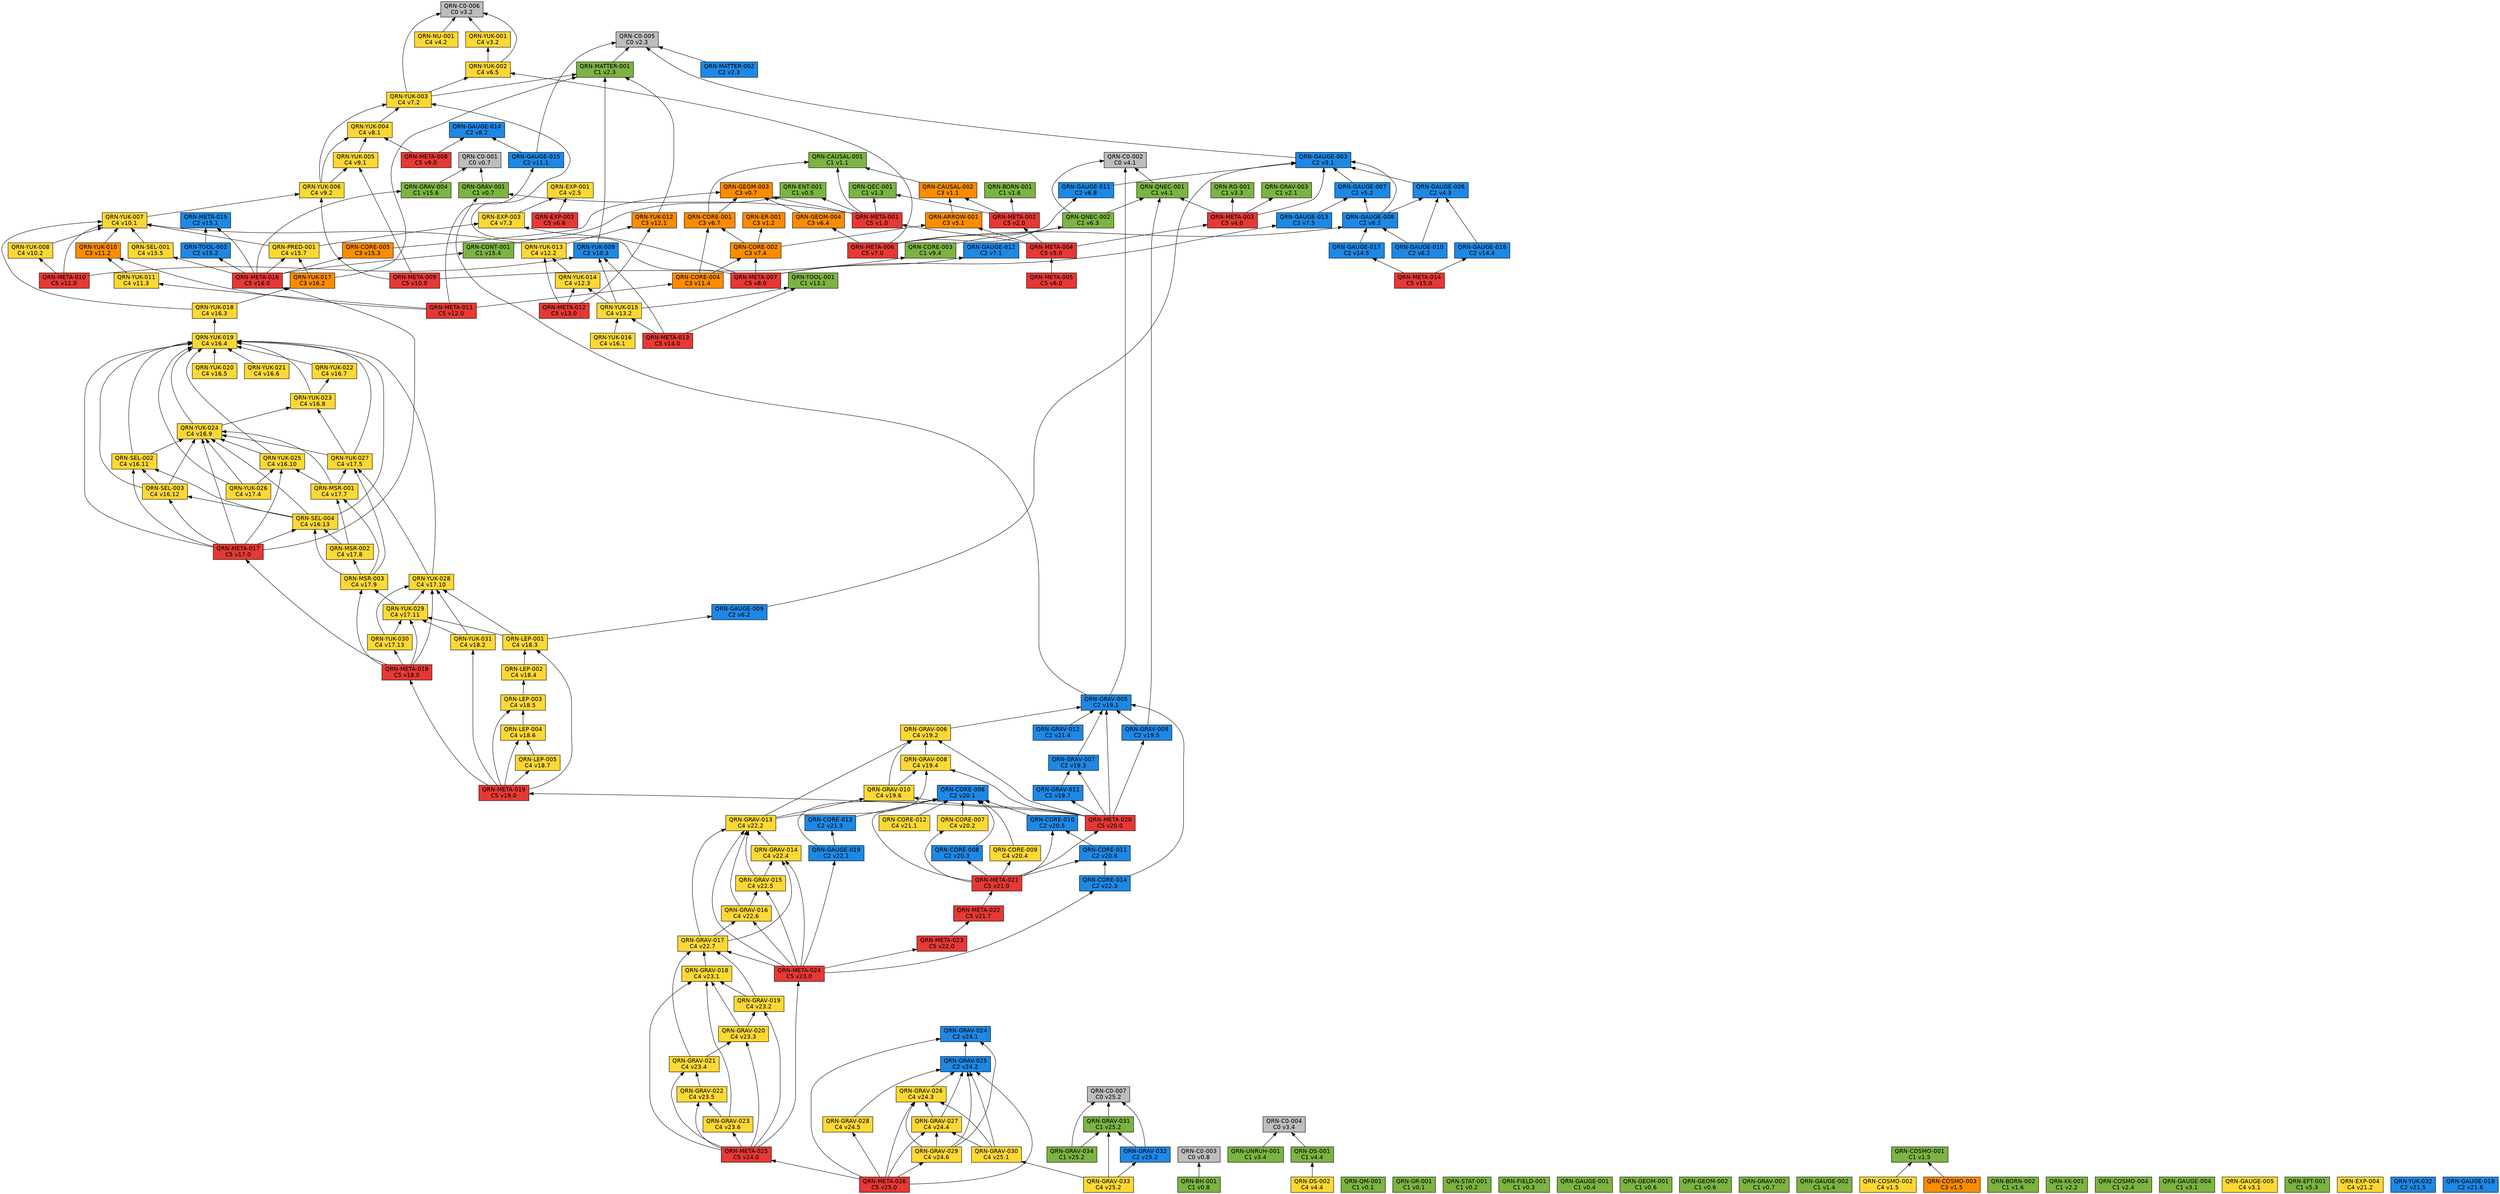
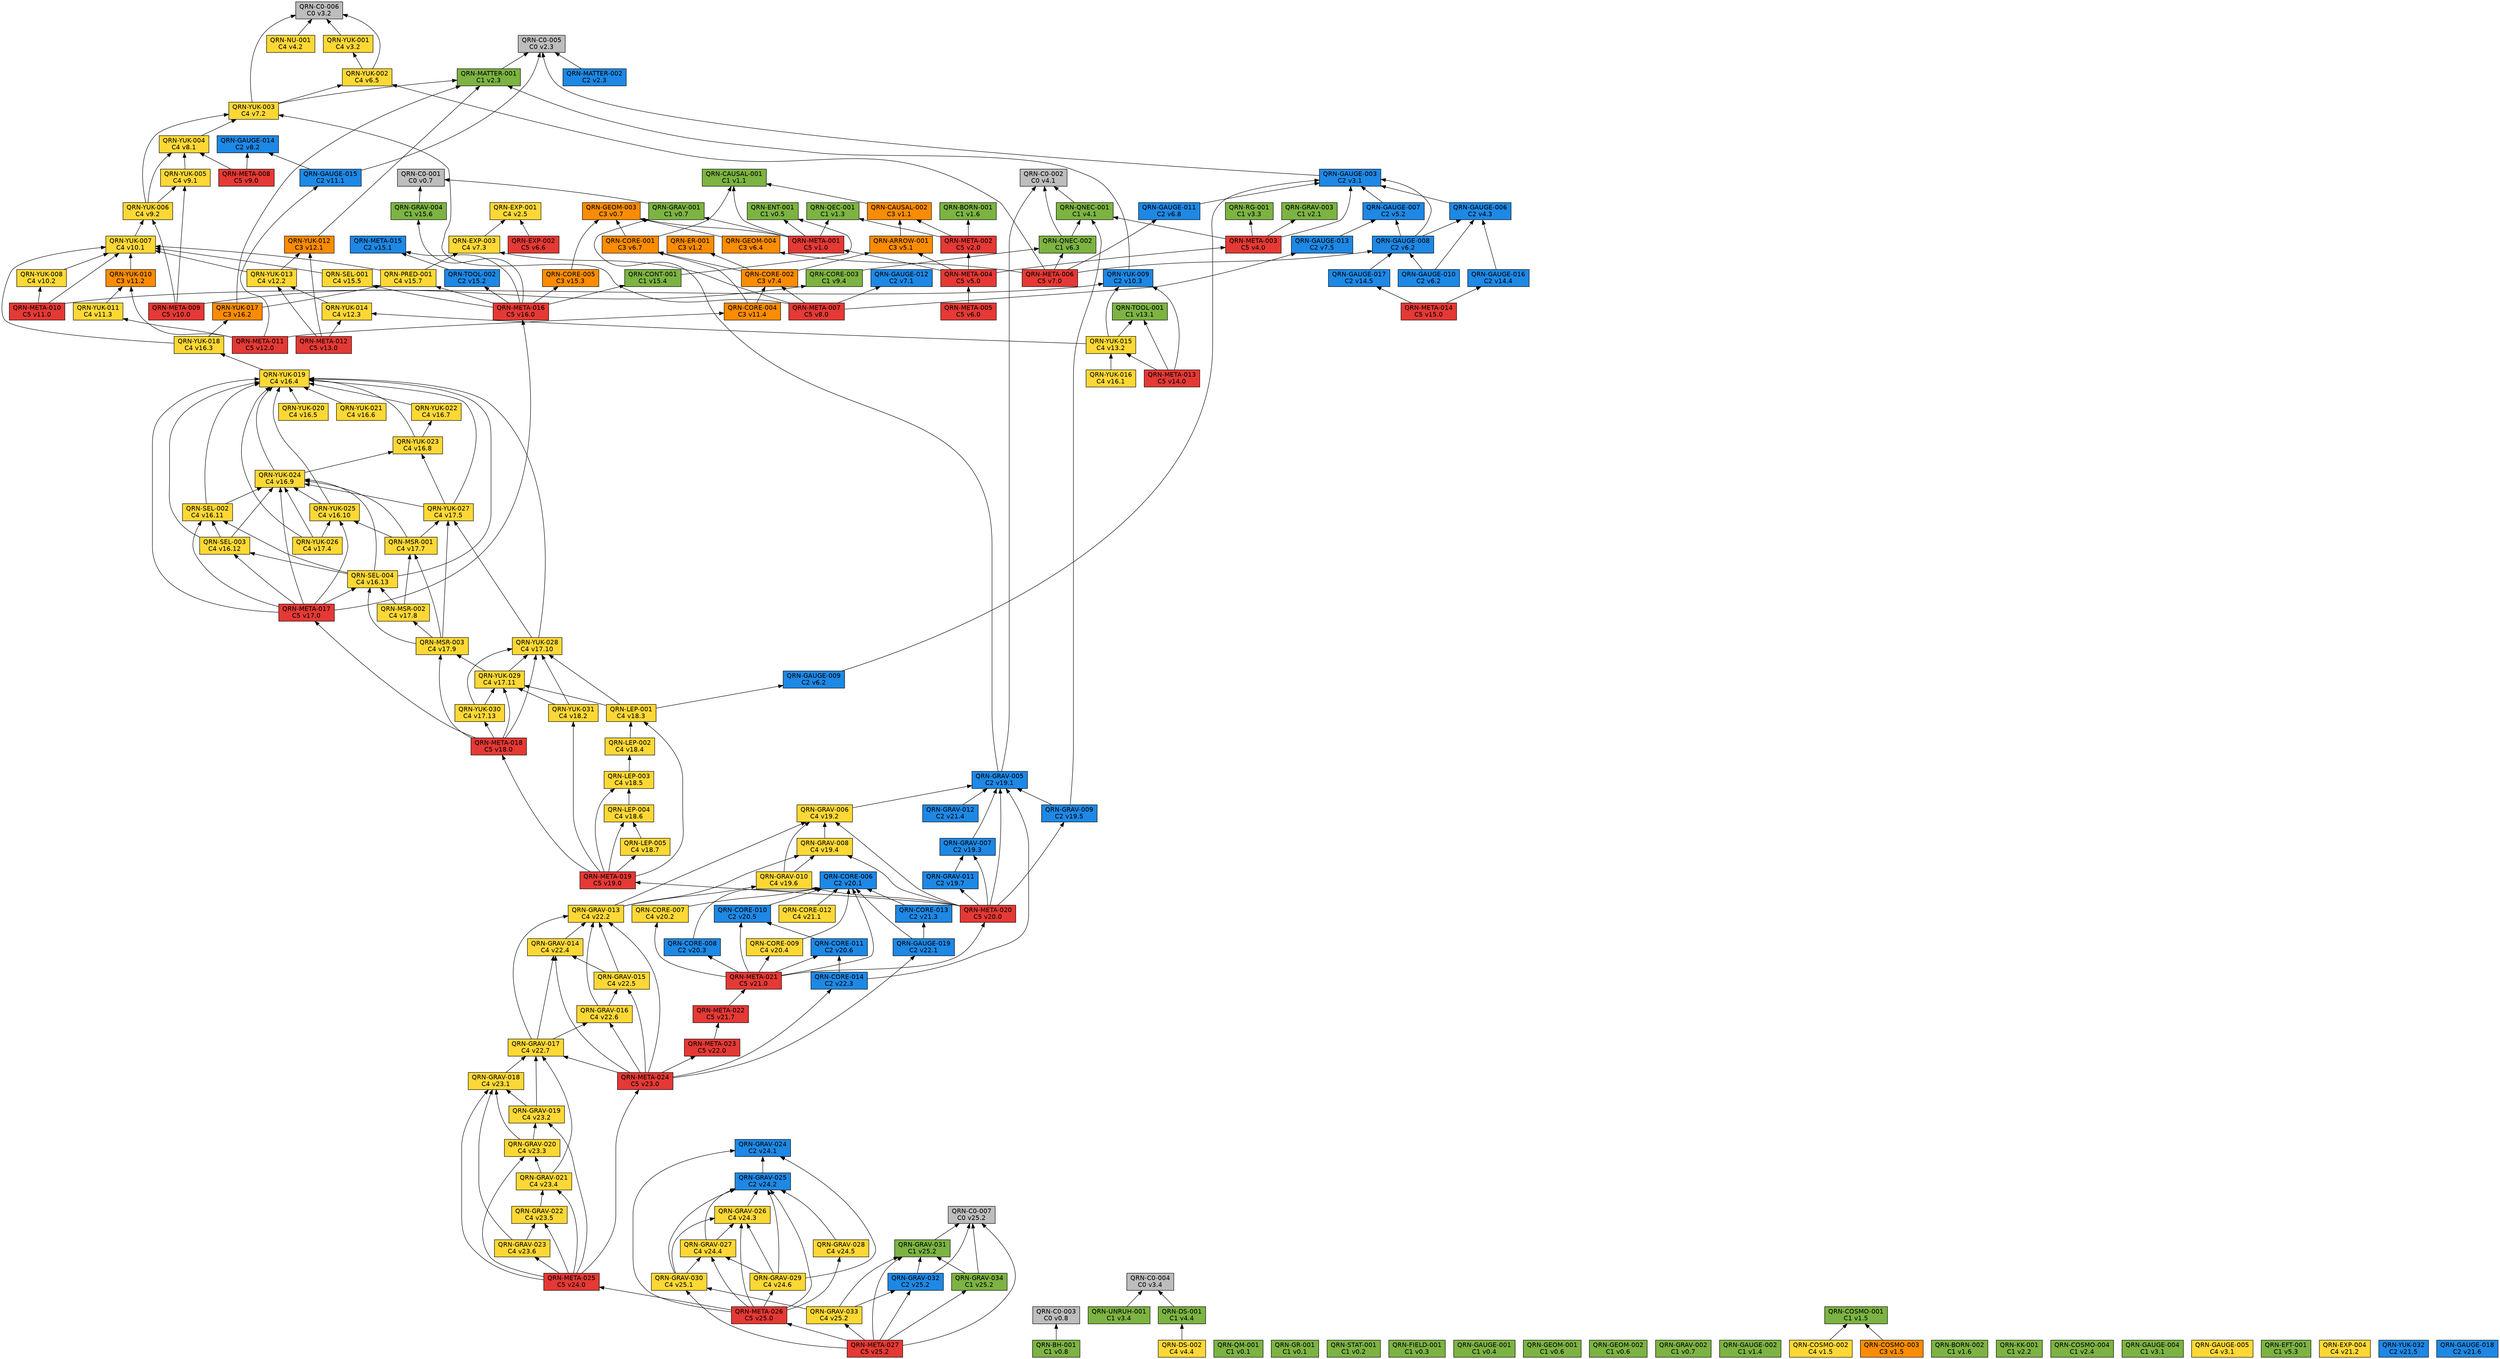
// 自動生成 (dag/report.pl) — QRN 主張依存グラフ
digraph qrn {
  rankdir=BT;
  node [shape=box, style=filled, fontname="Helvetica"];
  "QRN-C0-001" [fillcolor="#bdbdbd", label="QRN-C0-001\nC0 v0.7"];
  "QRN-C0-002" [fillcolor="#bdbdbd", label="QRN-C0-002\nC0 v4.1"];
  "QRN-C0-003" [fillcolor="#bdbdbd", label="QRN-C0-003\nC0 v0.8"];
  "QRN-C0-004" [fillcolor="#bdbdbd", label="QRN-C0-004\nC0 v3.4"];
  "QRN-C0-005" [fillcolor="#bdbdbd", label="QRN-C0-005\nC0 v2.3"];
  "QRN-C0-006" [fillcolor="#bdbdbd", label="QRN-C0-006\nC0 v3.2"];
  "QRN-QM-001" [fillcolor="#7cb342", label="QRN-QM-001\nC1 v0.1"];
  "QRN-GR-001" [fillcolor="#7cb342", label="QRN-GR-001\nC1 v0.1"];
  "QRN-STAT-001" [fillcolor="#7cb342", label="QRN-STAT-001\nC1 v0.2"];
  "QRN-FIELD-001" [fillcolor="#7cb342", label="QRN-FIELD-001\nC1 v0.3"];
  "QRN-GAUGE-001" [fillcolor="#7cb342", label="QRN-GAUGE-001\nC1 v0.4"];
  "QRN-ENT-001" [fillcolor="#7cb342", label="QRN-ENT-001\nC1 v0.5"];
  "QRN-GEOM-001" [fillcolor="#7cb342", label="QRN-GEOM-001\nC1 v0.6"];
  "QRN-GEOM-002" [fillcolor="#7cb342", label="QRN-GEOM-002\nC1 v0.6"];
  "QRN-GEOM-003" [fillcolor="#fb8c00", label="QRN-GEOM-003\nC3 v0.7"];
  "QRN-GRAV-001" [fillcolor="#7cb342", label="QRN-GRAV-001\nC1 v0.7"];
  "QRN-GRAV-002" [fillcolor="#7cb342", label="QRN-GRAV-002\nC1 v0.7"];
  "QRN-BH-001" [fillcolor="#7cb342", label="QRN-BH-001\nC1 v0.8"];
  "QRN-CAUSAL-001" [fillcolor="#7cb342", label="QRN-CAUSAL-001\nC1 v1.1"];
  "QRN-CAUSAL-002" [fillcolor="#fb8c00", label="QRN-CAUSAL-002\nC3 v1.1"];
  "QRN-ER-001" [fillcolor="#fb8c00", label="QRN-ER-001\nC3 v1.2"];
  "QRN-QEC-001" [fillcolor="#7cb342", label="QRN-QEC-001\nC1 v1.3"];
  "QRN-GAUGE-002" [fillcolor="#7cb342", label="QRN-GAUGE-002\nC1 v1.4"];
  "QRN-COSMO-001" [fillcolor="#7cb342", label="QRN-COSMO-001\nC1 v1.5"];
  "QRN-COSMO-002" [fillcolor="#fdd835", label="QRN-COSMO-002\nC4 v1.5"];
  "QRN-COSMO-003" [fillcolor="#fb8c00", label="QRN-COSMO-003\nC3 v1.5"];
  "QRN-BORN-001" [fillcolor="#7cb342", label="QRN-BORN-001\nC1 v1.6"];
  "QRN-BORN-002" [fillcolor="#7cb342", label="QRN-BORN-002\nC1 v1.6"];
  "QRN-GRAV-003" [fillcolor="#7cb342", label="QRN-GRAV-003\nC1 v2.1"];
  "QRN-KK-001" [fillcolor="#7cb342", label="QRN-KK-001\nC1 v2.2"];
  "QRN-MATTER-001" [fillcolor="#7cb342", label="QRN-MATTER-001\nC1 v2.3"];
  "QRN-MATTER-002" [fillcolor="#1e88e5", label="QRN-MATTER-002\nC2 v2.3"];
  "QRN-COSMO-004" [fillcolor="#7cb342", label="QRN-COSMO-004\nC1 v2.4"];
  "QRN-EXP-001" [fillcolor="#fdd835", label="QRN-EXP-001\nC4 v2.5"];
  "QRN-GAUGE-003" [fillcolor="#1e88e5", label="QRN-GAUGE-003\nC2 v3.1"];
  "QRN-GAUGE-004" [fillcolor="#7cb342", label="QRN-GAUGE-004\nC1 v3.1"];
  "QRN-GAUGE-005" [fillcolor="#fdd835", label="QRN-GAUGE-005\nC4 v3.1"];
  "QRN-YUK-001" [fillcolor="#fdd835", label="QRN-YUK-001\nC4 v3.2"];
  "QRN-RG-001" [fillcolor="#7cb342", label="QRN-RG-001\nC1 v3.3"];
  "QRN-UNRUH-001" [fillcolor="#7cb342", label="QRN-UNRUH-001\nC1 v3.4"];
  "QRN-QNEC-001" [fillcolor="#7cb342", label="QRN-QNEC-001\nC1 v4.1"];
  "QRN-NU-001" [fillcolor="#fdd835", label="QRN-NU-001\nC4 v4.2"];
  "QRN-GAUGE-006" [fillcolor="#1e88e5", label="QRN-GAUGE-006\nC2 v4.3"];
  "QRN-DS-001" [fillcolor="#7cb342", label="QRN-DS-001\nC1 v4.4"];
  "QRN-DS-002" [fillcolor="#fdd835", label="QRN-DS-002\nC4 v4.4"];
  "QRN-ARROW-001" [fillcolor="#fb8c00", label="QRN-ARROW-001\nC3 v5.1"];
  "QRN-GAUGE-007" [fillcolor="#1e88e5", label="QRN-GAUGE-007\nC2 v5.2"];
  "QRN-EFT-001" [fillcolor="#7cb342", label="QRN-EFT-001\nC1 v5.3"];
  "QRN-GAUGE-008" [fillcolor="#1e88e5", label="QRN-GAUGE-008\nC2 v6.2"];
  "QRN-GAUGE-009" [fillcolor="#1e88e5", label="QRN-GAUGE-009\nC2 v6.2"];
  "QRN-GAUGE-010" [fillcolor="#1e88e5", label="QRN-GAUGE-010\nC2 v6.2"];
  "QRN-QNEC-002" [fillcolor="#7cb342", label="QRN-QNEC-002\nC1 v6.3"];
  "QRN-GEOM-004" [fillcolor="#fb8c00", label="QRN-GEOM-004\nC3 v6.4"];
  "QRN-YUK-002" [fillcolor="#fdd835", label="QRN-YUK-002\nC4 v6.5"];
  "QRN-EXP-002" [fillcolor="#e53935", label="QRN-EXP-002\nC5 v6.6"];
  "QRN-CORE-001" [fillcolor="#fb8c00", label="QRN-CORE-001\nC3 v6.7"];
  "QRN-GAUGE-011" [fillcolor="#1e88e5", label="QRN-GAUGE-011\nC2 v6.8"];
  "QRN-GAUGE-012" [fillcolor="#1e88e5", label="QRN-GAUGE-012\nC2 v7.1"];
  "QRN-YUK-003" [fillcolor="#fdd835", label="QRN-YUK-003\nC4 v7.2"];
  "QRN-EXP-003" [fillcolor="#fdd835", label="QRN-EXP-003\nC4 v7.3"];
  "QRN-CORE-002" [fillcolor="#fb8c00", label="QRN-CORE-002\nC3 v7.4"];
  "QRN-GAUGE-013" [fillcolor="#1e88e5", label="QRN-GAUGE-013\nC2 v7.5"];
  "QRN-YUK-004" [fillcolor="#fdd835", label="QRN-YUK-004\nC4 v8.1"];
  "QRN-GAUGE-014" [fillcolor="#1e88e5", label="QRN-GAUGE-014\nC2 v8.2"];
  "QRN-META-001" [fillcolor="#e53935", label="QRN-META-001\nC5 v1.0"];
  "QRN-META-002" [fillcolor="#e53935", label="QRN-META-002\nC5 v2.0"];
  "QRN-META-003" [fillcolor="#e53935", label="QRN-META-003\nC5 v4.0"];
  "QRN-META-004" [fillcolor="#e53935", label="QRN-META-004\nC5 v5.0"];
  "QRN-META-005" [fillcolor="#e53935", label="QRN-META-005\nC5 v6.0"];
  "QRN-META-006" [fillcolor="#e53935", label="QRN-META-006\nC5 v7.0"];
  "QRN-META-007" [fillcolor="#e53935", label="QRN-META-007\nC5 v8.0"];
  "QRN-META-008" [fillcolor="#e53935", label="QRN-META-008\nC5 v9.0"];
  "QRN-YUK-005" [fillcolor="#fdd835", label="QRN-YUK-005\nC4 v9.1"];
  "QRN-YUK-006" [fillcolor="#fdd835", label="QRN-YUK-006\nC4 v9.2"];
  "QRN-CORE-003" [fillcolor="#7cb342", label="QRN-CORE-003\nC1 v9.4"];
  "QRN-META-009" [fillcolor="#e53935", label="QRN-META-009\nC5 v10.0"];
  "QRN-YUK-007" [fillcolor="#fdd835", label="QRN-YUK-007\nC4 v10.1"];
  "QRN-YUK-008" [fillcolor="#fdd835", label="QRN-YUK-008\nC4 v10.2"];
  "QRN-YUK-009" [fillcolor="#1e88e5", label="QRN-YUK-009\nC2 v10.3"];
  "QRN-META-010" [fillcolor="#e53935", label="QRN-META-010\nC5 v11.0"];
  "QRN-GAUGE-015" [fillcolor="#1e88e5", label="QRN-GAUGE-015\nC2 v11.1"];
  "QRN-YUK-010" [fillcolor="#fb8c00", label="QRN-YUK-010\nC3 v11.2"];
  "QRN-YUK-011" [fillcolor="#fdd835", label="QRN-YUK-011\nC4 v11.3"];
  "QRN-CORE-004" [fillcolor="#fb8c00", label="QRN-CORE-004\nC3 v11.4"];
  "QRN-META-011" [fillcolor="#e53935", label="QRN-META-011\nC5 v12.0"];
  "QRN-YUK-012" [fillcolor="#fb8c00", label="QRN-YUK-012\nC3 v12.1"];
  "QRN-YUK-013" [fillcolor="#fdd835", label="QRN-YUK-013\nC4 v12.2"];
  "QRN-YUK-014" [fillcolor="#fdd835", label="QRN-YUK-014\nC4 v12.3"];
  "QRN-META-012" [fillcolor="#e53935", label="QRN-META-012\nC5 v13.0"];
  "QRN-TOOL-001" [fillcolor="#7cb342", label="QRN-TOOL-001\nC1 v13.1"];
  "QRN-YUK-015" [fillcolor="#fdd835", label="QRN-YUK-015\nC4 v13.2"];
  "QRN-META-013" [fillcolor="#e53935", label="QRN-META-013\nC5 v14.0"];
  "QRN-GAUGE-016" [fillcolor="#1e88e5", label="QRN-GAUGE-016\nC2 v14.4"];
  "QRN-GAUGE-017" [fillcolor="#1e88e5", label="QRN-GAUGE-017\nC2 v14.5"];
  "QRN-META-014" [fillcolor="#e53935", label="QRN-META-014\nC5 v15.0"];
  "QRN-META-015" [fillcolor="#1e88e5", label="QRN-META-015\nC2 v15.1"];
  "QRN-TOOL-002" [fillcolor="#1e88e5", label="QRN-TOOL-002\nC2 v15.2"];
  "QRN-CORE-005" [fillcolor="#fb8c00", label="QRN-CORE-005\nC3 v15.3"];
  "QRN-CONT-001" [fillcolor="#7cb342", label="QRN-CONT-001\nC1 v15.4"];
  "QRN-SEL-001" [fillcolor="#fdd835", label="QRN-SEL-001\nC4 v15.5"];
  "QRN-GRAV-004" [fillcolor="#7cb342", label="QRN-GRAV-004\nC1 v15.6"];
  "QRN-PRED-001" [fillcolor="#fdd835", label="QRN-PRED-001\nC4 v15.7"];
  "QRN-META-016" [fillcolor="#e53935", label="QRN-META-016\nC5 v16.0"];
  "QRN-YUK-016" [fillcolor="#fdd835", label="QRN-YUK-016\nC4 v16.1"];
  "QRN-YUK-017" [fillcolor="#fb8c00", label="QRN-YUK-017\nC3 v16.2"];
  "QRN-YUK-018" [fillcolor="#fdd835", label="QRN-YUK-018\nC4 v16.3"];
  "QRN-YUK-019" [fillcolor="#fdd835", label="QRN-YUK-019\nC4 v16.4"];
  "QRN-YUK-020" [fillcolor="#fdd835", label="QRN-YUK-020\nC4 v16.5"];
  "QRN-YUK-021" [fillcolor="#fdd835", label="QRN-YUK-021\nC4 v16.6"];
  "QRN-YUK-022" [fillcolor="#fdd835", label="QRN-YUK-022\nC4 v16.7"];
  "QRN-YUK-023" [fillcolor="#fdd835", label="QRN-YUK-023\nC4 v16.8"];
  "QRN-YUK-024" [fillcolor="#fdd835", label="QRN-YUK-024\nC4 v16.9"];
  "QRN-YUK-025" [fillcolor="#fdd835", label="QRN-YUK-025\nC4 v16.10"];
  "QRN-SEL-002" [fillcolor="#fdd835", label="QRN-SEL-002\nC4 v16.11"];
  "QRN-SEL-003" [fillcolor="#fdd835", label="QRN-SEL-003\nC4 v16.12"];
  "QRN-SEL-004" [fillcolor="#fdd835", label="QRN-SEL-004\nC4 v16.13"];
  "QRN-META-017" [fillcolor="#e53935", label="QRN-META-017\nC5 v17.0"];
  "QRN-YUK-026" [fillcolor="#fdd835", label="QRN-YUK-026\nC4 v17.4"];
  "QRN-YUK-027" [fillcolor="#fdd835", label="QRN-YUK-027\nC4 v17.5"];
  "QRN-MSR-001" [fillcolor="#fdd835", label="QRN-MSR-001\nC4 v17.7"];
  "QRN-MSR-002" [fillcolor="#fdd835", label="QRN-MSR-002\nC4 v17.8"];
  "QRN-MSR-003" [fillcolor="#fdd835", label="QRN-MSR-003\nC4 v17.9"];
  "QRN-YUK-028" [fillcolor="#fdd835", label="QRN-YUK-028\nC4 v17.10"];
  "QRN-YUK-029" [fillcolor="#fdd835", label="QRN-YUK-029\nC4 v17.11"];
  "QRN-YUK-030" [fillcolor="#fdd835", label="QRN-YUK-030\nC4 v17.13"];
  "QRN-META-018" [fillcolor="#e53935", label="QRN-META-018\nC5 v18.0"];
  "QRN-YUK-031" [fillcolor="#fdd835", label="QRN-YUK-031\nC4 v18.2"];
  "QRN-LEP-001" [fillcolor="#fdd835", label="QRN-LEP-001\nC4 v18.3"];
  "QRN-LEP-002" [fillcolor="#fdd835", label="QRN-LEP-002\nC4 v18.4"];
  "QRN-LEP-003" [fillcolor="#fdd835", label="QRN-LEP-003\nC4 v18.5"];
  "QRN-LEP-004" [fillcolor="#fdd835", label="QRN-LEP-004\nC4 v18.6"];
  "QRN-LEP-005" [fillcolor="#fdd835", label="QRN-LEP-005\nC4 v18.7"];
  "QRN-META-019" [fillcolor="#e53935", label="QRN-META-019\nC5 v19.0"];
  "QRN-GRAV-005" [fillcolor="#1e88e5", label="QRN-GRAV-005\nC2 v19.1"];
  "QRN-GRAV-006" [fillcolor="#fdd835", label="QRN-GRAV-006\nC4 v19.2"];
  "QRN-GRAV-007" [fillcolor="#1e88e5", label="QRN-GRAV-007\nC2 v19.3"];
  "QRN-GRAV-008" [fillcolor="#fdd835", label="QRN-GRAV-008\nC4 v19.4"];
  "QRN-GRAV-009" [fillcolor="#1e88e5", label="QRN-GRAV-009\nC2 v19.5"];
  "QRN-GRAV-010" [fillcolor="#fdd835", label="QRN-GRAV-010\nC4 v19.6"];
  "QRN-GRAV-011" [fillcolor="#1e88e5", label="QRN-GRAV-011\nC2 v19.7"];
  "QRN-META-020" [fillcolor="#e53935", label="QRN-META-020\nC5 v20.0"];
  "QRN-CORE-006" [fillcolor="#1e88e5", label="QRN-CORE-006\nC2 v20.1"];
  "QRN-CORE-007" [fillcolor="#fdd835", label="QRN-CORE-007\nC4 v20.2"];
  "QRN-CORE-008" [fillcolor="#1e88e5", label="QRN-CORE-008\nC2 v20.3"];
  "QRN-CORE-009" [fillcolor="#fdd835", label="QRN-CORE-009\nC4 v20.4"];
  "QRN-CORE-010" [fillcolor="#1e88e5", label="QRN-CORE-010\nC2 v20.5"];
  "QRN-CORE-011" [fillcolor="#1e88e5", label="QRN-CORE-011\nC2 v20.6"];
  "QRN-META-021" [fillcolor="#e53935", label="QRN-META-021\nC5 v21.0"];
  "QRN-CORE-012" [fillcolor="#fdd835", label="QRN-CORE-012\nC4 v21.1"];
  "QRN-EXP-004" [fillcolor="#fdd835", label="QRN-EXP-004\nC4 v21.2"];
  "QRN-CORE-013" [fillcolor="#1e88e5", label="QRN-CORE-013\nC2 v21.3"];
  "QRN-GRAV-012" [fillcolor="#1e88e5", label="QRN-GRAV-012\nC2 v21.4"];
  "QRN-YUK-032" [fillcolor="#1e88e5", label="QRN-YUK-032\nC2 v21.5"];
  "QRN-GAUGE-018" [fillcolor="#1e88e5", label="QRN-GAUGE-018\nC2 v21.6"];
  "QRN-META-022" [fillcolor="#e53935", label="QRN-META-022\nC5 v21.7"];
  "QRN-META-023" [fillcolor="#e53935", label="QRN-META-023\nC5 v22.0"];
  "QRN-CORE-014" [fillcolor="#1e88e5", label="QRN-CORE-014\nC2 v22.3"];
  "QRN-GRAV-013" [fillcolor="#fdd835", label="QRN-GRAV-013\nC4 v22.2"];
  "QRN-GRAV-014" [fillcolor="#fdd835", label="QRN-GRAV-014\nC4 v22.4"];
  "QRN-GRAV-015" [fillcolor="#fdd835", label="QRN-GRAV-015\nC4 v22.5"];
  "QRN-GRAV-016" [fillcolor="#fdd835", label="QRN-GRAV-016\nC4 v22.6"];
  "QRN-GRAV-017" [fillcolor="#fdd835", label="QRN-GRAV-017\nC4 v22.7"];
  "QRN-GAUGE-019" [fillcolor="#1e88e5", label="QRN-GAUGE-019\nC2 v22.1"];
  "QRN-META-024" [fillcolor="#e53935", label="QRN-META-024\nC5 v23.0"];
  "QRN-GRAV-018" [fillcolor="#fdd835", label="QRN-GRAV-018\nC4 v23.1"];
  "QRN-GRAV-019" [fillcolor="#fdd835", label="QRN-GRAV-019\nC4 v23.2"];
  "QRN-GRAV-020" [fillcolor="#fdd835", label="QRN-GRAV-020\nC4 v23.3"];
  "QRN-GRAV-021" [fillcolor="#fdd835", label="QRN-GRAV-021\nC4 v23.4"];
  "QRN-GRAV-022" [fillcolor="#fdd835", label="QRN-GRAV-022\nC4 v23.5"];
  "QRN-GRAV-023" [fillcolor="#fdd835", label="QRN-GRAV-023\nC4 v23.6"];
  "QRN-META-025" [fillcolor="#e53935", label="QRN-META-025\nC5 v24.0"];
  "QRN-GRAV-024" [fillcolor="#1e88e5", label="QRN-GRAV-024\nC2 v24.1"];
  "QRN-GRAV-025" [fillcolor="#1e88e5", label="QRN-GRAV-025\nC2 v24.2"];
  "QRN-GRAV-026" [fillcolor="#fdd835", label="QRN-GRAV-026\nC4 v24.3"];
  "QRN-GRAV-027" [fillcolor="#fdd835", label="QRN-GRAV-027\nC4 v24.4"];
  "QRN-GRAV-028" [fillcolor="#fdd835", label="QRN-GRAV-028\nC4 v24.5"];
  "QRN-GRAV-029" [fillcolor="#fdd835", label="QRN-GRAV-029\nC4 v24.6"];
  "QRN-META-026" [fillcolor="#e53935", label="QRN-META-026\nC5 v25.0"];
  "QRN-GRAV-030" [fillcolor="#fdd835", label="QRN-GRAV-030\nC4 v25.1"];
  "QRN-C0-007" [fillcolor="#bdbdbd", label="QRN-C0-007\nC0 v25.2"];
  "QRN-GRAV-031" [fillcolor="#7cb342", label="QRN-GRAV-031\nC1 v25.2"];
  "QRN-GRAV-032" [fillcolor="#1e88e5", label="QRN-GRAV-032\nC2 v25.2"];
  "QRN-GRAV-033" [fillcolor="#fdd835", label="QRN-GRAV-033\nC4 v25.2"];
  "QRN-GRAV-034" [fillcolor="#7cb342", label="QRN-GRAV-034\nC1 v25.2"];
+   "QRN-META-027" [fillcolor="#e53935", label="QRN-META-027\nC5 v25.2"];
  "QRN-GRAV-001" -> "QRN-C0-001";
  "QRN-BH-001" -> "QRN-C0-003";
  "QRN-CAUSAL-002" -> "QRN-CAUSAL-001";
  "QRN-COSMO-002" -> "QRN-COSMO-001";
  "QRN-COSMO-003" -> "QRN-COSMO-001";
  "QRN-MATTER-001" -> "QRN-C0-005";
  "QRN-MATTER-002" -> "QRN-C0-005";
  "QRN-GAUGE-003" -> "QRN-C0-005";
  "QRN-YUK-001" -> "QRN-C0-006";
  "QRN-UNRUH-001" -> "QRN-C0-004";
  "QRN-QNEC-001" -> "QRN-C0-002";
  "QRN-NU-001" -> "QRN-C0-006";
  "QRN-GAUGE-006" -> "QRN-GAUGE-003";
  "QRN-DS-001" -> "QRN-C0-004";
  "QRN-DS-002" -> "QRN-DS-001";
  "QRN-ARROW-001" -> "QRN-CAUSAL-002";
  "QRN-GAUGE-007" -> "QRN-GAUGE-003";
  "QRN-GAUGE-008" -> "QRN-GAUGE-003";
  "QRN-GAUGE-008" -> "QRN-GAUGE-006";
  "QRN-GAUGE-008" -> "QRN-GAUGE-007";
  "QRN-GAUGE-009" -> "QRN-GAUGE-003";
  "QRN-GAUGE-010" -> "QRN-GAUGE-006";
  "QRN-GAUGE-010" -> "QRN-GAUGE-008";
  "QRN-QNEC-002" -> "QRN-C0-002";
  "QRN-QNEC-002" -> "QRN-QNEC-001";
  "QRN-GEOM-004" -> "QRN-GEOM-003";
  "QRN-YUK-002" -> "QRN-C0-006";
  "QRN-YUK-002" -> "QRN-YUK-001";
  "QRN-EXP-002" -> "QRN-EXP-001";
  "QRN-CORE-001" -> "QRN-GEOM-003";
  "QRN-CORE-001" -> "QRN-CAUSAL-001";
  "QRN-GAUGE-011" -> "QRN-GAUGE-003";
  "QRN-YUK-003" -> "QRN-C0-006";
  "QRN-YUK-003" -> "QRN-MATTER-001";
  "QRN-YUK-003" -> "QRN-YUK-002";
  "QRN-EXP-003" -> "QRN-EXP-001";
  "QRN-CORE-002" -> "QRN-CORE-001";
  "QRN-CORE-002" -> "QRN-ER-001";
  "QRN-CORE-002" -> "QRN-ARROW-001";
  "QRN-GAUGE-013" -> "QRN-GAUGE-007";
  "QRN-YUK-004" -> "QRN-YUK-003";
  "QRN-META-001" -> "QRN-GEOM-003";
  "QRN-META-001" -> "QRN-GRAV-001";
  "QRN-META-001" -> "QRN-CAUSAL-001";
  "QRN-META-001" -> "QRN-QEC-001";
  "QRN-META-001" -> "QRN-ENT-001";
  "QRN-META-002" -> "QRN-QEC-001";
  "QRN-META-002" -> "QRN-BORN-001";
  "QRN-META-002" -> "QRN-CAUSAL-002";
  "QRN-META-003" -> "QRN-GAUGE-003";
  "QRN-META-003" -> "QRN-RG-001";
  "QRN-META-003" -> "QRN-QNEC-001";
  "QRN-META-003" -> "QRN-GRAV-003";
  "QRN-META-004" -> "QRN-META-001";
  "QRN-META-004" -> "QRN-META-002";
  "QRN-META-004" -> "QRN-META-003";
  "QRN-META-004" -> "QRN-ARROW-001";
  "QRN-META-005" -> "QRN-META-004";
  "QRN-META-006" -> "QRN-GAUGE-008";
  "QRN-META-006" -> "QRN-QNEC-002";
  "QRN-META-006" -> "QRN-GEOM-004";
  "QRN-META-006" -> "QRN-YUK-002";
  "QRN-META-006" -> "QRN-GAUGE-011";
  "QRN-META-007" -> "QRN-GAUGE-012";
  "QRN-META-007" -> "QRN-YUK-003";
  "QRN-META-007" -> "QRN-EXP-003";
  "QRN-META-007" -> "QRN-CORE-002";
  "QRN-META-007" -> "QRN-GAUGE-013";
  "QRN-META-008" -> "QRN-YUK-004";
  "QRN-META-008" -> "QRN-GAUGE-014";
  "QRN-YUK-005" -> "QRN-YUK-004";
  "QRN-YUK-006" -> "QRN-YUK-003";
  "QRN-YUK-006" -> "QRN-YUK-004";
  "QRN-YUK-006" -> "QRN-YUK-005";
  "QRN-CORE-003" -> "QRN-QNEC-002";
  "QRN-META-009" -> "QRN-YUK-005";
  "QRN-META-009" -> "QRN-YUK-006";
  "QRN-META-009" -> "QRN-CORE-003";
  "QRN-YUK-007" -> "QRN-YUK-006";
  "QRN-YUK-008" -> "QRN-YUK-007";
  "QRN-YUK-009" -> "QRN-MATTER-001";
  "QRN-META-010" -> "QRN-YUK-007";
  "QRN-META-010" -> "QRN-YUK-008";
  "QRN-META-010" -> "QRN-YUK-009";
  "QRN-GAUGE-015" -> "QRN-C0-005";
  "QRN-GAUGE-015" -> "QRN-GAUGE-014";
  "QRN-YUK-010" -> "QRN-YUK-007";
  "QRN-YUK-011" -> "QRN-YUK-010";
  "QRN-CORE-004" -> "QRN-CORE-001";
  "QRN-CORE-004" -> "QRN-CORE-002";
  "QRN-META-011" -> "QRN-GAUGE-015";
  "QRN-META-011" -> "QRN-YUK-010";
  "QRN-META-011" -> "QRN-YUK-011";
  "QRN-META-011" -> "QRN-CORE-004";
  "QRN-YUK-012" -> "QRN-MATTER-001";
  "QRN-YUK-013" -> "QRN-YUK-012";
  "QRN-YUK-013" -> "QRN-YUK-007";
  "QRN-YUK-014" -> "QRN-YUK-013";
  "QRN-META-012" -> "QRN-YUK-012";
  "QRN-META-012" -> "QRN-YUK-013";
  "QRN-META-012" -> "QRN-YUK-014";
  "QRN-YUK-015" -> "QRN-YUK-014";
  "QRN-YUK-015" -> "QRN-TOOL-001";
  "QRN-YUK-015" -> "QRN-YUK-009";
  "QRN-META-013" -> "QRN-YUK-015";
  "QRN-META-013" -> "QRN-TOOL-001";
  "QRN-META-013" -> "QRN-YUK-009";
  "QRN-GAUGE-016" -> "QRN-GAUGE-006";
  "QRN-GAUGE-017" -> "QRN-GAUGE-008";
  "QRN-META-014" -> "QRN-GAUGE-016";
  "QRN-META-014" -> "QRN-GAUGE-017";
  "QRN-TOOL-002" -> "QRN-META-015";
  "QRN-CORE-005" -> "QRN-GEOM-003";
  "QRN-CONT-001" -> "QRN-ENT-001";
  "QRN-SEL-001" -> "QRN-YUK-007";
  "QRN-GRAV-004" -> "QRN-C0-001";
  "QRN-PRED-001" -> "QRN-YUK-007";
  "QRN-PRED-001" -> "QRN-EXP-003";
  "QRN-META-016" -> "QRN-META-015";
  "QRN-META-016" -> "QRN-TOOL-002";
  "QRN-META-016" -> "QRN-CORE-005";
  "QRN-META-016" -> "QRN-CONT-001";
  "QRN-META-016" -> "QRN-SEL-001";
  "QRN-META-016" -> "QRN-GRAV-004";
  "QRN-META-016" -> "QRN-PRED-001";
  "QRN-YUK-016" -> "QRN-YUK-015";
  "QRN-YUK-017" -> "QRN-MATTER-001";
  "QRN-YUK-017" -> "QRN-PRED-001";
  "QRN-YUK-018" -> "QRN-YUK-017";
  "QRN-YUK-018" -> "QRN-YUK-007";
  "QRN-YUK-019" -> "QRN-YUK-018";
  "QRN-YUK-020" -> "QRN-YUK-019";
  "QRN-YUK-021" -> "QRN-YUK-019";
  "QRN-YUK-022" -> "QRN-YUK-019";
  "QRN-YUK-023" -> "QRN-YUK-019";
  "QRN-YUK-023" -> "QRN-YUK-022";
  "QRN-YUK-024" -> "QRN-YUK-019";
  "QRN-YUK-024" -> "QRN-YUK-023";
  "QRN-YUK-025" -> "QRN-YUK-019";
  "QRN-YUK-025" -> "QRN-YUK-024";
  "QRN-SEL-002" -> "QRN-YUK-019";
  "QRN-SEL-002" -> "QRN-YUK-024";
  "QRN-SEL-003" -> "QRN-YUK-019";
  "QRN-SEL-003" -> "QRN-YUK-024";
  "QRN-SEL-003" -> "QRN-SEL-002";
  "QRN-SEL-004" -> "QRN-YUK-019";
  "QRN-SEL-004" -> "QRN-YUK-024";
  "QRN-SEL-004" -> "QRN-SEL-002";
  "QRN-SEL-004" -> "QRN-SEL-003";
  "QRN-META-017" -> "QRN-META-016";
  "QRN-META-017" -> "QRN-YUK-019";
  "QRN-META-017" -> "QRN-YUK-024";
  "QRN-META-017" -> "QRN-YUK-025";
  "QRN-META-017" -> "QRN-SEL-002";
  "QRN-META-017" -> "QRN-SEL-003";
  "QRN-META-017" -> "QRN-SEL-004";
  "QRN-YUK-026" -> "QRN-YUK-019";
  "QRN-YUK-026" -> "QRN-YUK-024";
  "QRN-YUK-026" -> "QRN-YUK-025";
  "QRN-YUK-027" -> "QRN-YUK-019";
  "QRN-YUK-027" -> "QRN-YUK-023";
  "QRN-YUK-027" -> "QRN-YUK-024";
  "QRN-MSR-001" -> "QRN-YUK-024";
  "QRN-MSR-001" -> "QRN-YUK-025";
  "QRN-MSR-001" -> "QRN-YUK-027";
  "QRN-MSR-002" -> "QRN-SEL-004";
  "QRN-MSR-002" -> "QRN-MSR-001";
  "QRN-MSR-003" -> "QRN-MSR-001";
  "QRN-MSR-003" -> "QRN-MSR-002";
  "QRN-MSR-003" -> "QRN-SEL-004";
  "QRN-MSR-003" -> "QRN-YUK-027";
  "QRN-YUK-028" -> "QRN-YUK-019";
  "QRN-YUK-028" -> "QRN-YUK-027";
  "QRN-YUK-029" -> "QRN-YUK-028";
  "QRN-YUK-029" -> "QRN-MSR-003";
  "QRN-YUK-030" -> "QRN-YUK-028";
  "QRN-YUK-030" -> "QRN-YUK-029";
  "QRN-META-018" -> "QRN-META-017";
  "QRN-META-018" -> "QRN-MSR-003";
  "QRN-META-018" -> "QRN-YUK-028";
  "QRN-META-018" -> "QRN-YUK-029";
  "QRN-META-018" -> "QRN-YUK-030";
  "QRN-YUK-031" -> "QRN-YUK-028";
  "QRN-YUK-031" -> "QRN-YUK-029";
  "QRN-LEP-001" -> "QRN-YUK-028";
  "QRN-LEP-001" -> "QRN-YUK-029";
  "QRN-LEP-001" -> "QRN-GAUGE-009";
  "QRN-LEP-002" -> "QRN-LEP-001";
  "QRN-LEP-003" -> "QRN-LEP-002";
  "QRN-LEP-004" -> "QRN-LEP-003";
  "QRN-LEP-005" -> "QRN-LEP-004";
  "QRN-META-019" -> "QRN-META-018";
  "QRN-META-019" -> "QRN-YUK-031";
  "QRN-META-019" -> "QRN-LEP-001";
  "QRN-META-019" -> "QRN-LEP-003";
  "QRN-META-019" -> "QRN-LEP-004";
  "QRN-META-019" -> "QRN-LEP-005";
  "QRN-GRAV-005" -> "QRN-C0-002";
  "QRN-GRAV-005" -> "QRN-GRAV-001";
  "QRN-GRAV-006" -> "QRN-GRAV-005";
  "QRN-GRAV-007" -> "QRN-GRAV-005";
  "QRN-GRAV-008" -> "QRN-GRAV-006";
  "QRN-GRAV-009" -> "QRN-GRAV-005";
  "QRN-GRAV-009" -> "QRN-QNEC-001";
  "QRN-GRAV-010" -> "QRN-GRAV-006";
  "QRN-GRAV-010" -> "QRN-GRAV-008";
  "QRN-GRAV-011" -> "QRN-GRAV-007";
  "QRN-META-020" -> "QRN-META-019";
  "QRN-META-020" -> "QRN-GRAV-005";
  "QRN-META-020" -> "QRN-GRAV-006";
  "QRN-META-020" -> "QRN-GRAV-007";
  "QRN-META-020" -> "QRN-GRAV-008";
  "QRN-META-020" -> "QRN-GRAV-009";
  "QRN-META-020" -> "QRN-GRAV-010";
  "QRN-META-020" -> "QRN-GRAV-011";
  "QRN-CORE-007" -> "QRN-CORE-006";
  "QRN-CORE-008" -> "QRN-CORE-006";
  "QRN-CORE-009" -> "QRN-CORE-006";
  "QRN-CORE-010" -> "QRN-CORE-006";
  "QRN-CORE-011" -> "QRN-CORE-010";
  "QRN-META-021" -> "QRN-META-020";
  "QRN-META-021" -> "QRN-CORE-006";
  "QRN-META-021" -> "QRN-CORE-007";
  "QRN-META-021" -> "QRN-CORE-008";
  "QRN-META-021" -> "QRN-CORE-009";
  "QRN-META-021" -> "QRN-CORE-010";
  "QRN-META-021" -> "QRN-CORE-011";
  "QRN-CORE-012" -> "QRN-CORE-006";
  "QRN-CORE-013" -> "QRN-CORE-006";
  "QRN-GRAV-012" -> "QRN-GRAV-005";
  "QRN-META-022" -> "QRN-META-021";
  "QRN-META-023" -> "QRN-META-022";
  "QRN-CORE-014" -> "QRN-CORE-011";
  "QRN-CORE-014" -> "QRN-GRAV-005";
  "QRN-GRAV-013" -> "QRN-GRAV-006";
  "QRN-GRAV-013" -> "QRN-GRAV-008";
  "QRN-GRAV-013" -> "QRN-GRAV-010";
  "QRN-GRAV-014" -> "QRN-GRAV-013";
  "QRN-GRAV-015" -> "QRN-GRAV-013";
  "QRN-GRAV-015" -> "QRN-GRAV-014";
  "QRN-GRAV-016" -> "QRN-GRAV-013";
  "QRN-GRAV-016" -> "QRN-GRAV-015";
  "QRN-GRAV-017" -> "QRN-GRAV-013";
  "QRN-GRAV-017" -> "QRN-GRAV-014";
  "QRN-GRAV-017" -> "QRN-GRAV-016";
  "QRN-GAUGE-019" -> "QRN-CORE-006";
  "QRN-GAUGE-019" -> "QRN-CORE-013";
  "QRN-META-024" -> "QRN-CORE-014";
  "QRN-META-024" -> "QRN-GRAV-013";
  "QRN-META-024" -> "QRN-GRAV-014";
  "QRN-META-024" -> "QRN-GRAV-015";
  "QRN-META-024" -> "QRN-GRAV-016";
  "QRN-META-024" -> "QRN-GRAV-017";
  "QRN-META-024" -> "QRN-GAUGE-019";
  "QRN-META-024" -> "QRN-META-023";
  "QRN-GRAV-018" -> "QRN-GRAV-017";
  "QRN-GRAV-019" -> "QRN-GRAV-017";
  "QRN-GRAV-019" -> "QRN-GRAV-018";
  "QRN-GRAV-020" -> "QRN-GRAV-018";
  "QRN-GRAV-020" -> "QRN-GRAV-019";
  "QRN-GRAV-021" -> "QRN-GRAV-017";
  "QRN-GRAV-021" -> "QRN-GRAV-020";
  "QRN-GRAV-022" -> "QRN-GRAV-021";
  "QRN-GRAV-023" -> "QRN-GRAV-018";
  "QRN-GRAV-023" -> "QRN-GRAV-022";
  "QRN-META-025" -> "QRN-GRAV-018";
  "QRN-META-025" -> "QRN-GRAV-019";
  "QRN-META-025" -> "QRN-GRAV-020";
  "QRN-META-025" -> "QRN-GRAV-021";
  "QRN-META-025" -> "QRN-GRAV-022";
  "QRN-META-025" -> "QRN-GRAV-023";
  "QRN-META-025" -> "QRN-META-024";
  "QRN-GRAV-025" -> "QRN-GRAV-024";
  "QRN-GRAV-026" -> "QRN-GRAV-025";
  "QRN-GRAV-027" -> "QRN-GRAV-025";
  "QRN-GRAV-027" -> "QRN-GRAV-026";
  "QRN-GRAV-028" -> "QRN-GRAV-025";
  "QRN-GRAV-029" -> "QRN-GRAV-024";
  "QRN-GRAV-029" -> "QRN-GRAV-025";
  "QRN-GRAV-029" -> "QRN-GRAV-026";
  "QRN-GRAV-029" -> "QRN-GRAV-027";
  "QRN-META-026" -> "QRN-GRAV-024";
  "QRN-META-026" -> "QRN-GRAV-025";
  "QRN-META-026" -> "QRN-GRAV-026";
  "QRN-META-026" -> "QRN-GRAV-027";
  "QRN-META-026" -> "QRN-GRAV-028";
  "QRN-META-026" -> "QRN-GRAV-029";
  "QRN-META-026" -> "QRN-META-025";
  "QRN-GRAV-030" -> "QRN-GRAV-025";
  "QRN-GRAV-030" -> "QRN-GRAV-026";
  "QRN-GRAV-030" -> "QRN-GRAV-027";
  "QRN-GRAV-031" -> "QRN-C0-007";
  "QRN-GRAV-032" -> "QRN-C0-007";
  "QRN-GRAV-032" -> "QRN-GRAV-031";
  "QRN-GRAV-033" -> "QRN-GRAV-030";
  "QRN-GRAV-033" -> "QRN-GRAV-031";
  "QRN-GRAV-033" -> "QRN-GRAV-032";
  "QRN-GRAV-034" -> "QRN-C0-007";
  "QRN-GRAV-034" -> "QRN-GRAV-031";
+   "QRN-META-027" -> "QRN-C0-007";
+   "QRN-META-027" -> "QRN-GRAV-030";
+   "QRN-META-027" -> "QRN-GRAV-031";
+   "QRN-META-027" -> "QRN-GRAV-032";
+   "QRN-META-027" -> "QRN-GRAV-033";
+   "QRN-META-027" -> "QRN-GRAV-034";
+   "QRN-META-027" -> "QRN-META-026";
}
